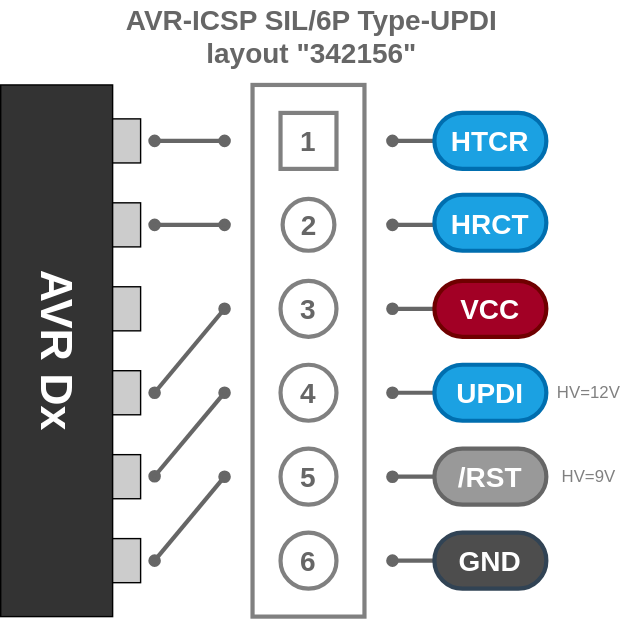
askn37/askn37.github.io keeps this draw.io diagram as svg/AVR-ICSP-S6P-UPDI-342156.drawio.svg. Above is the earlier version. Source tidied: cells renumbered, new cells last; positions are measured from the earlier drawing's top-left corner, leaving out a move shared by most shapes.
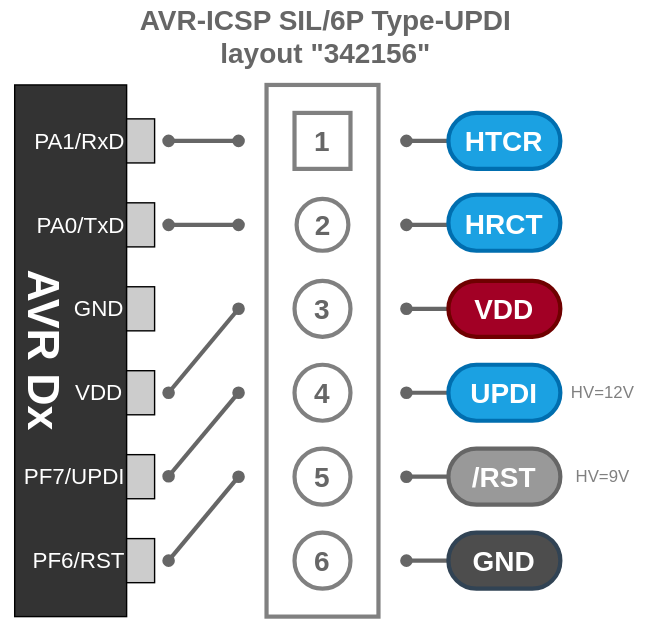
After the commit.

The edit, as a diff of the source:
```diff
@@ -65,7 +65,7 @@
         <mxPoint x="430" y="340" as="targetPoint" />
       </mxGeometry>
     </mxCell>
-    <mxCell id="17" value="AVR Dx" style="rounded=1;whiteSpace=wrap;html=1;fillColor=#333333;fontColor=#FFFFFF;fontStyle=1;fontSize=32;arcSize=0;rotation=90;direction=south;" parent="1" vertex="1">
+    <mxCell id="17" value="AVR Dx" style="rounded=1;whiteSpace=wrap;html=1;fillColor=#333333;fontColor=#FFFFFF;fontStyle=1;fontSize=32;arcSize=0;rotation=90;direction=south;verticalAlign=bottom;" parent="1" vertex="1">
       <mxGeometry y="210" width="380" height="80" as="geometry" />
     </mxCell>
     <mxCell id="18" style="rounded=0;whiteSpace=wrap;html=1;fontSize=32;fontColor=#FFFFFF;fillColor=#CCCCCC;" parent="1" vertex="1">
@@ -113,7 +113,7 @@
     <mxCell id="28" value="/RST" style="rounded=1;whiteSpace=wrap;html=1;fontSize=20;strokeWidth=3;fontStyle=1;fillColor=#999999;strokeColor=#666666;fontColor=#ffffff;arcSize=50;" parent="1" vertex="1">
       <mxGeometry x="460" y="320" width="80" height="40" as="geometry" />
     </mxCell>
-    <mxCell id="29" value="VCC" style="rounded=1;whiteSpace=wrap;html=1;fontSize=20;strokeWidth=3;fontStyle=1;fillColor=#a20025;strokeColor=#6F0000;fontColor=#ffffff;arcSize=50;" parent="1" vertex="1">
+    <mxCell id="29" value="VDD" style="rounded=1;whiteSpace=wrap;html=1;fontSize=20;strokeWidth=3;fontStyle=1;fillColor=#a20025;strokeColor=#6F0000;fontColor=#ffffff;arcSize=50;" parent="1" vertex="1">
       <mxGeometry x="460" y="200" width="80" height="40" as="geometry" />
     </mxCell>
     <mxCell id="30" value="HTCR" style="rounded=1;whiteSpace=wrap;html=1;fontSize=20;strokeWidth=3;fontStyle=1;fillColor=#1ba1e2;strokeColor=#006EAF;fontColor=#ffffff;arcSize=50;" parent="1" vertex="1">
@@ -144,5 +144,23 @@
         </Array>
       </mxGeometry>
     </mxCell>
+    <mxCell id="36" value="PA1/RxD" style="text;html=1;align=right;verticalAlign=middle;fillColor=none;strokeColor=none;rounded=0;fontSize=16;fontColor=#FFFFFF;" parent="1" vertex="1">
+      <mxGeometry x="150" y="90" width="80" height="20" as="geometry" />
+    </mxCell>
+    <mxCell id="37" value="PA0/TxD" style="text;html=1;align=right;verticalAlign=middle;fillColor=none;strokeColor=none;rounded=0;fontSize=16;fontColor=#FFFFFF;" parent="1" vertex="1">
+      <mxGeometry x="150" y="150" width="80" height="20" as="geometry" />
+    </mxCell>
+    <mxCell id="38" value="GND" style="text;html=1;align=center;verticalAlign=middle;fillColor=none;strokeColor=none;rounded=0;fontSize=16;fontColor=#FFFFFF;" parent="1" vertex="1">
+      <mxGeometry x="185" y="210" width="50" height="20" as="geometry" />
+    </mxCell>
+    <mxCell id="39" value="VDD" style="text;html=1;align=center;verticalAlign=middle;fillColor=none;strokeColor=none;rounded=0;fontSize=16;fontColor=#FFFFFF;" parent="1" vertex="1">
+      <mxGeometry x="185" y="270" width="50" height="20" as="geometry" />
+    </mxCell>
+    <mxCell id="40" value="PF7/UPDI" style="text;html=1;align=right;verticalAlign=middle;fillColor=none;strokeColor=none;rounded=0;fontSize=16;fontColor=#FFFFFF;" parent="1" vertex="1">
+      <mxGeometry x="140" y="330" width="90" height="20" as="geometry" />
+    </mxCell>
+    <mxCell id="41" value="PF6/RST" style="text;html=1;align=right;verticalAlign=middle;fillColor=none;strokeColor=none;rounded=0;fontSize=16;fontColor=#FFFFFF;" parent="1" vertex="1">
+      <mxGeometry x="150" y="390" width="80" height="20" as="geometry" />
+    </mxCell>
   </root>
 </mxGraphModel>
```
